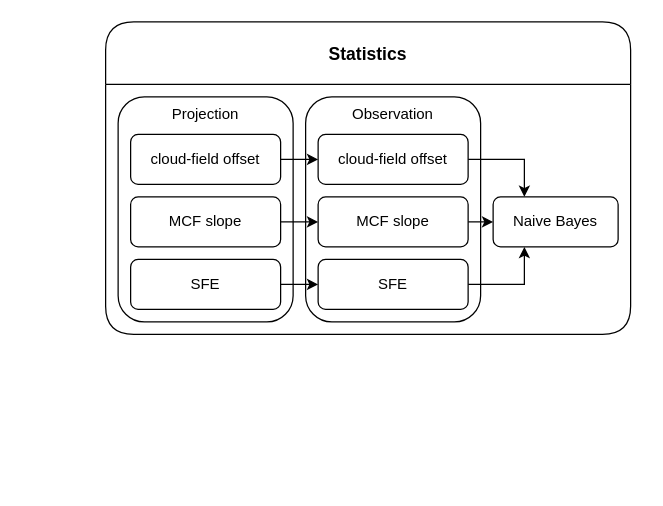
This is page "statistic" (3 of 3) of main-simple.drawio.xml from HinnyTsang/mcf-project-flow-chart, a draw.io file, before an edit. Source tidied: cells renumbered, new cells numbered last; positions are measured from the earlier drawing's top-left corner, leaving out a move shared by most shapes. Both pictures are drawn from the tidied source at 125%, with x=0, y=0 at pixel (105, 21).
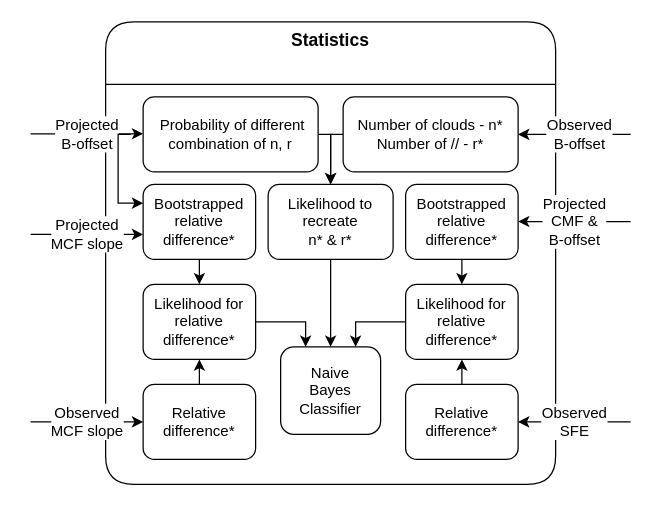
The same diagram, later.

Commit message (it also covers changes not shown here):
Updated the statistics flow chart

Change to the diagram source:
```diff
@@
-    <mxCell id="2" value="Statistics" style="swimlane;labelBackgroundColor=none;flipV=0;startSize=50;swimlaneLine=1;horizontal=1;verticalAlign=middle;fontStyle=1;align=center;fontSize=14;rounded=1;gradientColor=none;fillColor=default;" parent="1" vertex="1">
-      <mxGeometry width="420" height="250" as="geometry" />
+    <mxCell id="2" value="Statistics" style="swimlane;labelBackgroundColor=none;flipV=0;startSize=50;swimlaneLine=1;horizontal=1;verticalAlign=top;fontStyle=1;align=center;fontSize=14;rounded=1;gradientColor=none;fillColor=default;" parent="1" vertex="1">
+      <mxGeometry width="360" height="370" as="geometry" />
     </mxCell>
-    <mxCell id="3" value="Observation" style="rounded=1;whiteSpace=wrap;html=1;verticalAlign=top;fontColor=default;" parent="2" vertex="1">
-      <mxGeometry x="160" y="60" width="140" height="180" as="geometry" />
-    </mxCell>
-    <mxCell id="4" value="Projection&lt;br&gt;" style="rounded=1;whiteSpace=wrap;html=1;verticalAlign=top;fontColor=default;" parent="2" vertex="1">
-      <mxGeometry x="10" y="60" width="140" height="180" as="geometry" />
-    </mxCell>
-    <mxCell id="5" style="edgeStyle=orthogonalEdgeStyle;rounded=0;jettySize=auto;html=1;exitX=1;exitY=0.5;exitDx=0;exitDy=0;entryX=0;entryY=0.5;entryDx=0;entryDy=0;fontColor=default;" parent="2" edge="1" source="6" target="12">
-      <mxGeometry relative="1" as="geometry" />
-    </mxCell>
-    <mxCell id="6" value="cloud-field offset" style="rounded=1;whiteSpace=wrap;html=1;" parent="2" vertex="1">
-      <mxGeometry x="20" y="90" width="120" height="40" as="geometry" />
-    </mxCell>
-    <mxCell id="7" style="edgeStyle=orthogonalEdgeStyle;rounded=0;jettySize=auto;html=1;exitX=1;exitY=0.5;exitDx=0;exitDy=0;entryX=0;entryY=0.5;entryDx=0;entryDy=0;fontColor=default;" parent="2" edge="1" source="8" target="14">
-      <mxGeometry relative="1" as="geometry" />
-    </mxCell>
-    <mxCell id="8" value="MCF slope" style="rounded=1;whiteSpace=wrap;html=1;" parent="2" vertex="1">
-      <mxGeometry x="20" y="140" width="120" height="40" as="geometry" />
-    </mxCell>
-    <mxCell id="9" style="edgeStyle=orthogonalEdgeStyle;rounded=0;jettySize=auto;html=1;exitX=1;exitY=0.5;exitDx=0;exitDy=0;entryX=0;entryY=0.5;entryDx=0;entryDy=0;fontColor=default;" parent="2" edge="1" source="10" target="16">
-      <mxGeometry relative="1" as="geometry" />
-    </mxCell>
-    <mxCell id="10" value="SFE" style="rounded=1;whiteSpace=wrap;html=1;" parent="2" vertex="1">
-      <mxGeometry x="20" y="190" width="120" height="40" as="geometry" />
-    </mxCell>
-    <mxCell id="11" style="edgeStyle=orthogonalEdgeStyle;rounded=0;jettySize=auto;html=1;exitX=1;exitY=0.5;exitDx=0;exitDy=0;entryX=0.25;entryY=0;entryDx=0;entryDy=0;fontColor=default;" parent="2" edge="1" source="12" target="17">
-      <mxGeometry relative="1" as="geometry" />
-    </mxCell>
-    <mxCell id="12" value="cloud-field offset" style="rounded=1;whiteSpace=wrap;html=1;" parent="2" vertex="1">
-      <mxGeometry x="170" y="90" width="120" height="40" as="geometry" />
-    </mxCell>
-    <mxCell id="13" style="edgeStyle=orthogonalEdgeStyle;rounded=0;jettySize=auto;html=1;exitX=1;exitY=0.5;exitDx=0;exitDy=0;entryX=0;entryY=0.5;entryDx=0;entryDy=0;fontColor=default;" parent="2" edge="1" source="14" target="17">
-      <mxGeometry relative="1" as="geometry" />
-    </mxCell>
-    <mxCell id="14" value="MCF slope" style="rounded=1;whiteSpace=wrap;html=1;" parent="2" vertex="1">
-      <mxGeometry x="170" y="140" width="120" height="40" as="geometry" />
-    </mxCell>
-    <mxCell id="15" style="edgeStyle=orthogonalEdgeStyle;rounded=0;jettySize=auto;html=1;exitX=1;exitY=0.5;exitDx=0;exitDy=0;entryX=0.25;entryY=1;entryDx=0;entryDy=0;fontColor=default;" parent="2" edge="1" source="16" target="17">
-      <mxGeometry relative="1" as="geometry" />
-    </mxCell>
-    <mxCell id="16" value="SFE" style="rounded=1;whiteSpace=wrap;html=1;" parent="2" vertex="1">
-      <mxGeometry x="170" y="190" width="120" height="40" as="geometry" />
-    </mxCell>
-    <mxCell id="17" value="Naive Bayes" style="rounded=1;whiteSpace=wrap;html=1;fontColor=default;" parent="2" vertex="1">
-      <mxGeometry x="310" y="140" width="100" height="40" as="geometry" />
-    </mxCell>
+    <mxCell id="18" style="edgeStyle=orthogonalEdgeStyle;rounded=0;jettySize=auto;html=1;exitX=1;exitY=0.5;exitDx=0;exitDy=0;fontSize=12;" parent="2" edge="1" source="19" target="23">
+      <mxGeometry relative="1" as="geometry">
+        <Array as="points">
+          <mxPoint x="180" y="90" />
+        </Array>
+      </mxGeometry>
+    </mxCell>
+    <mxCell id="19" value="&amp;nbsp;Probability of different combination of n, r" style="rounded=1;whiteSpace=wrap;html=1;fontSize=12;" parent="2" vertex="1">
+      <mxGeometry x="30" y="60" width="140" height="60" as="geometry" />
+    </mxCell>
+    <mxCell id="20" style="edgeStyle=orthogonalEdgeStyle;rounded=0;jettySize=auto;html=1;exitX=0;exitY=0.5;exitDx=0;exitDy=0;entryX=0.5;entryY=0;entryDx=0;entryDy=0;fontSize=12;" parent="2" edge="1" source="21" target="23">
+      <mxGeometry relative="1" as="geometry">
+        <Array as="points">
+          <mxPoint x="180" y="90" />
+        </Array>
+      </mxGeometry>
+    </mxCell>
+    <mxCell id="21" value="Number of clouds - n*&lt;br&gt;Number of // - r*" style="rounded=1;whiteSpace=wrap;html=1;fontSize=12;" parent="2" vertex="1">
+      <mxGeometry x="190" y="60" width="140" height="60" as="geometry" />
+    </mxCell>
+    <mxCell id="22" style="edgeStyle=orthogonalEdgeStyle;rounded=0;jettySize=auto;html=1;exitX=0.5;exitY=1;exitDx=0;exitDy=0;entryX=0.5;entryY=0;entryDx=0;entryDy=0;strokeWidth=1;fontSize=12;" parent="2" edge="1" source="23" target="38">
+      <mxGeometry relative="1" as="geometry" />
+    </mxCell>
+    <mxCell id="23" value="Likelihood to &lt;br&gt;recreate&lt;br&gt;n* &amp;amp; r*" style="rounded=1;whiteSpace=wrap;html=1;fontSize=12;" parent="2" vertex="1">
+      <mxGeometry x="130" y="130" width="100" height="60" as="geometry" />
+    </mxCell>
+    <mxCell id="24" value="Projected&lt;br&gt;MCF slope" style="edgeStyle=segmentEdgeStyle;endArrow=classic;html=1;rounded=0;startArrow=none;spacingLeft=0;spacing=14;fontSize=12;entryX=0;entryY=0.5;entryDx=0;entryDy=0;" parent="2" edge="1">
+      <mxGeometry relative="1" as="geometry">
+        <mxPoint x="-60" y="170" as="sourcePoint" />
+        <mxPoint x="30" y="170.5" as="targetPoint" />
+      </mxGeometry>
+    </mxCell>
+    <mxCell id="25" value="Observed&lt;br&gt;MCF slope" style="edgeStyle=segmentEdgeStyle;endArrow=classic;html=1;rounded=0;startArrow=none;spacingLeft=0;spacing=14;fontSize=12;entryX=0;entryY=0.5;entryDx=0;entryDy=0;" parent="2" edge="1">
+      <mxGeometry relative="1" as="geometry">
+        <mxPoint x="-60" y="320" as="sourcePoint" />
+        <mxPoint x="30" y="320.5" as="targetPoint" />
+      </mxGeometry>
+    </mxCell>
+    <mxCell id="26" style="edgeStyle=orthogonalEdgeStyle;rounded=0;jettySize=auto;html=1;exitX=0.5;exitY=1;exitDx=0;exitDy=0;entryX=0.5;entryY=0;entryDx=0;entryDy=0;strokeWidth=1;fontSize=12;" parent="2" edge="1" source="27" target="31">
+      <mxGeometry relative="1" as="geometry" />
+    </mxCell>
+    <mxCell id="27" value="Bootstrapped&lt;br&gt;relative difference*" style="rounded=1;whiteSpace=wrap;html=1;fontSize=12;" parent="2" vertex="1">
+      <mxGeometry x="30" y="130" width="90" height="60" as="geometry" />
+    </mxCell>
+    <mxCell id="28" style="edgeStyle=orthogonalEdgeStyle;rounded=0;jettySize=auto;html=1;exitX=0.5;exitY=0;exitDx=0;exitDy=0;entryX=0.5;entryY=1;entryDx=0;entryDy=0;strokeWidth=1;fontSize=12;" parent="2" edge="1" source="29" target="31">
+      <mxGeometry relative="1" as="geometry" />
+    </mxCell>
+    <mxCell id="29" value="Relative difference*" style="rounded=1;whiteSpace=wrap;html=1;fontSize=12;" parent="2" vertex="1">
+      <mxGeometry x="30" y="290" width="90" height="60" as="geometry" />
+    </mxCell>
+    <mxCell id="30" style="edgeStyle=orthogonalEdgeStyle;rounded=0;jettySize=auto;html=1;exitX=1;exitY=0.5;exitDx=0;exitDy=0;entryX=0.25;entryY=0;entryDx=0;entryDy=0;strokeWidth=1;fontSize=12;" parent="2" edge="1" source="31" target="38">
+      <mxGeometry relative="1" as="geometry" />
+    </mxCell>
+    <mxCell id="31" value="Likelihood for relative difference*" style="rounded=1;whiteSpace=wrap;html=1;fontSize=12;" parent="2" vertex="1">
+      <mxGeometry x="30" y="210" width="90" height="60" as="geometry" />
+    </mxCell>
+    <mxCell id="32" style="edgeStyle=orthogonalEdgeStyle;rounded=0;jettySize=auto;html=1;exitX=0.5;exitY=1;exitDx=0;exitDy=0;entryX=0.5;entryY=0;entryDx=0;entryDy=0;strokeWidth=1;fontSize=12;" parent="2" edge="1" source="33" target="37">
+      <mxGeometry relative="1" as="geometry" />
+    </mxCell>
+    <mxCell id="33" value="Bootstrapped&lt;br&gt;relative difference*" style="rounded=1;whiteSpace=wrap;html=1;fontSize=12;" parent="2" vertex="1">
+      <mxGeometry x="240" y="130" width="90" height="60" as="geometry" />
+    </mxCell>
+    <mxCell id="34" style="edgeStyle=orthogonalEdgeStyle;rounded=0;jettySize=auto;html=1;exitX=0.5;exitY=0;exitDx=0;exitDy=0;entryX=0.5;entryY=1;entryDx=0;entryDy=0;strokeWidth=1;fontSize=12;" parent="2" edge="1" source="35" target="37">
+      <mxGeometry relative="1" as="geometry" />
+    </mxCell>
+    <mxCell id="35" value="Relative difference*" style="rounded=1;whiteSpace=wrap;html=1;fontSize=12;" parent="2" vertex="1">
+      <mxGeometry x="240" y="290" width="90" height="60" as="geometry" />
+    </mxCell>
+    <mxCell id="36" style="edgeStyle=orthogonalEdgeStyle;rounded=0;jettySize=auto;html=1;exitX=0;exitY=0.5;exitDx=0;exitDy=0;entryX=0.75;entryY=0;entryDx=0;entryDy=0;strokeWidth=1;fontSize=12;" parent="2" edge="1" source="37" target="38">
+      <mxGeometry relative="1" as="geometry" />
+    </mxCell>
+    <mxCell id="37" value="Likelihood for relative difference*" style="rounded=1;whiteSpace=wrap;html=1;fontSize=12;" parent="2" vertex="1">
+      <mxGeometry x="240" y="210" width="90" height="60" as="geometry" />
+    </mxCell>
+    <mxCell id="38" value="Naive&lt;br&gt;Bayes&lt;br&gt;Classifier" style="rounded=1;whiteSpace=wrap;html=1;fontSize=12;" parent="2" vertex="1">
+      <mxGeometry x="140" y="260" width="80" height="70" as="geometry" />
+    </mxCell>
+    <mxCell id="39" value="Observed&lt;br&gt;B-offset" style="edgeStyle=segmentEdgeStyle;endArrow=classic;html=1;rounded=0;startArrow=none;spacingLeft=0;spacing=14;fontSize=12;" parent="1" edge="1" target="21">
+      <mxGeometry x="-0.09" relative="1" as="geometry">
+        <mxPoint x="420" y="90" as="sourcePoint" />
+        <Array as="points">
+          <mxPoint x="380" y="90" />
+          <mxPoint x="380" y="90" />
+        </Array>
+      </mxGeometry>
+    </mxCell>
+    <mxCell id="40" value="Projected&lt;br&gt;B-offset" style="edgeStyle=segmentEdgeStyle;endArrow=classic;html=1;rounded=0;startArrow=none;spacingLeft=0;spacing=14;fontSize=12;entryX=0;entryY=0.5;entryDx=0;entryDy=0;" parent="1" edge="1" target="19">
+      <mxGeometry relative="1" as="geometry">
+        <mxPoint x="-60" y="89.5" as="sourcePoint" />
+      </mxGeometry>
+    </mxCell>
+    <mxCell id="41" style="edgeStyle=elbowEdgeStyle;elbow=horizontal;endArrow=classic;html=1;rounded=0;strokeWidth=1;fontSize=12;entryX=0;entryY=0.25;entryDx=0;entryDy=0;" parent="1" edge="1" target="27">
+      <mxGeometry relative="1" as="geometry">
+        <mxPoint x="20" y="90" as="sourcePoint" />
+        <Array as="points">
+          <mxPoint x="10" y="110" />
+          <mxPoint x="20" y="140" />
+        </Array>
+      </mxGeometry>
+    </mxCell>
+    <mxCell id="42" value="Observed &lt;br&gt;SFE" style="edgeStyle=segmentEdgeStyle;endArrow=classic;html=1;rounded=0;startArrow=none;spacingLeft=0;spacing=14;fontSize=12;" parent="1" edge="1">
+      <mxGeometry relative="1" as="geometry">
+        <mxPoint x="420" y="320" as="sourcePoint" />
+        <mxPoint x="330" y="320" as="targetPoint" />
+      </mxGeometry>
+    </mxCell>
+    <mxCell id="43" value="Projected&lt;br&gt;CMF &amp;amp;&lt;br&gt;B-offset" style="edgeStyle=segmentEdgeStyle;endArrow=classic;html=1;rounded=0;startArrow=none;spacingLeft=0;spacing=14;fontSize=12;" parent="1" edge="1">
+      <mxGeometry relative="1" as="geometry">
+        <mxPoint x="420" y="159.7" as="sourcePoint" />
+        <mxPoint x="330" y="159.7" as="targetPoint" />
+      </mxGeometry>
+    </mxCell>
```
